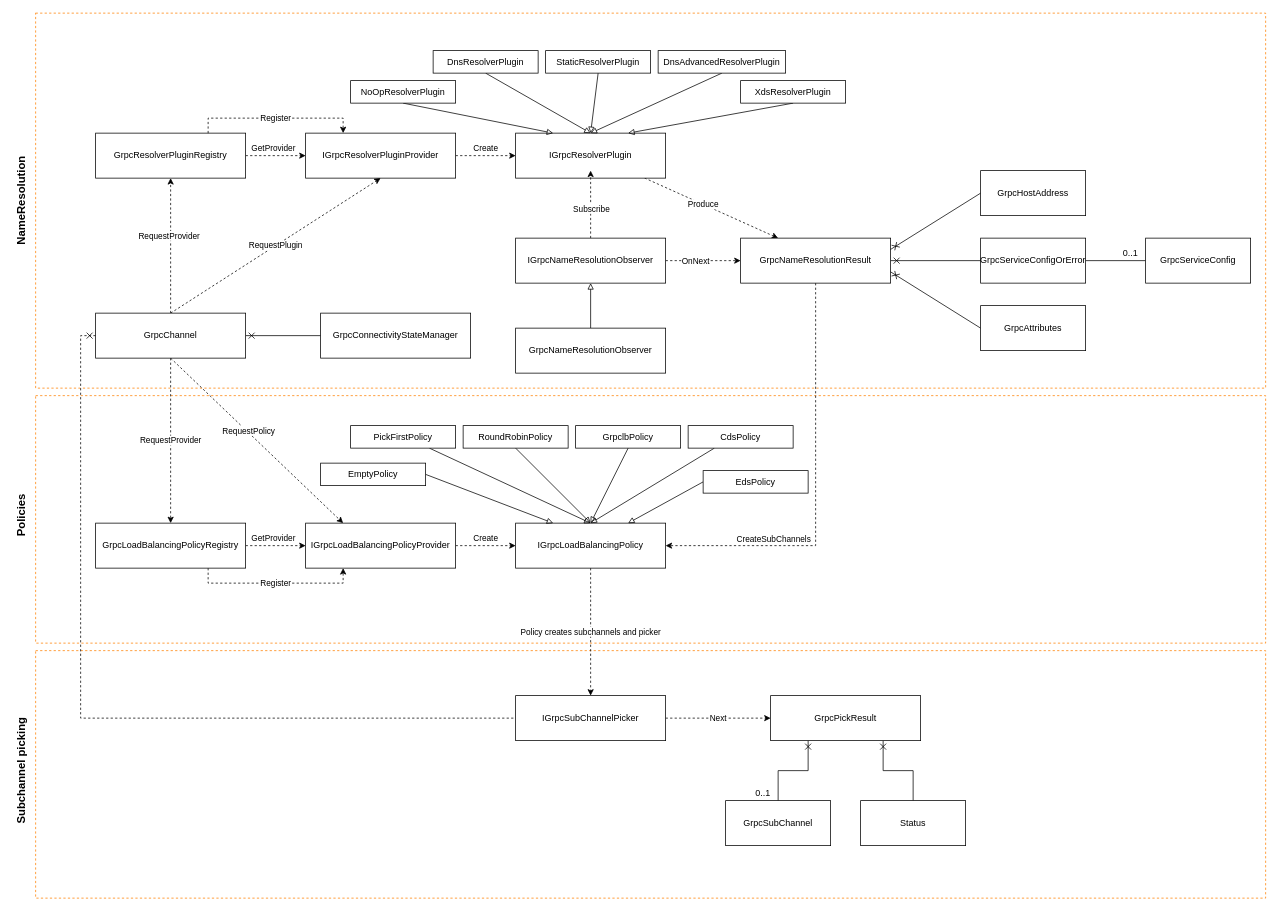
This is src/Grpc.Net.Client/LoadBalancing/Docs/GrpcDotNetLoadBalancing.drawio from wicharypawel/grpc-dotnet, a draw.io file, before an edit. Source tidied: cells renumbered, new cells numbered last; positions are measured from the earlier drawing's top-left corner, leaving out a move shared by most shapes. Both pictures are drawn from the tidied source at 75%, with x=0, y=0 at pixel (-47, 13).
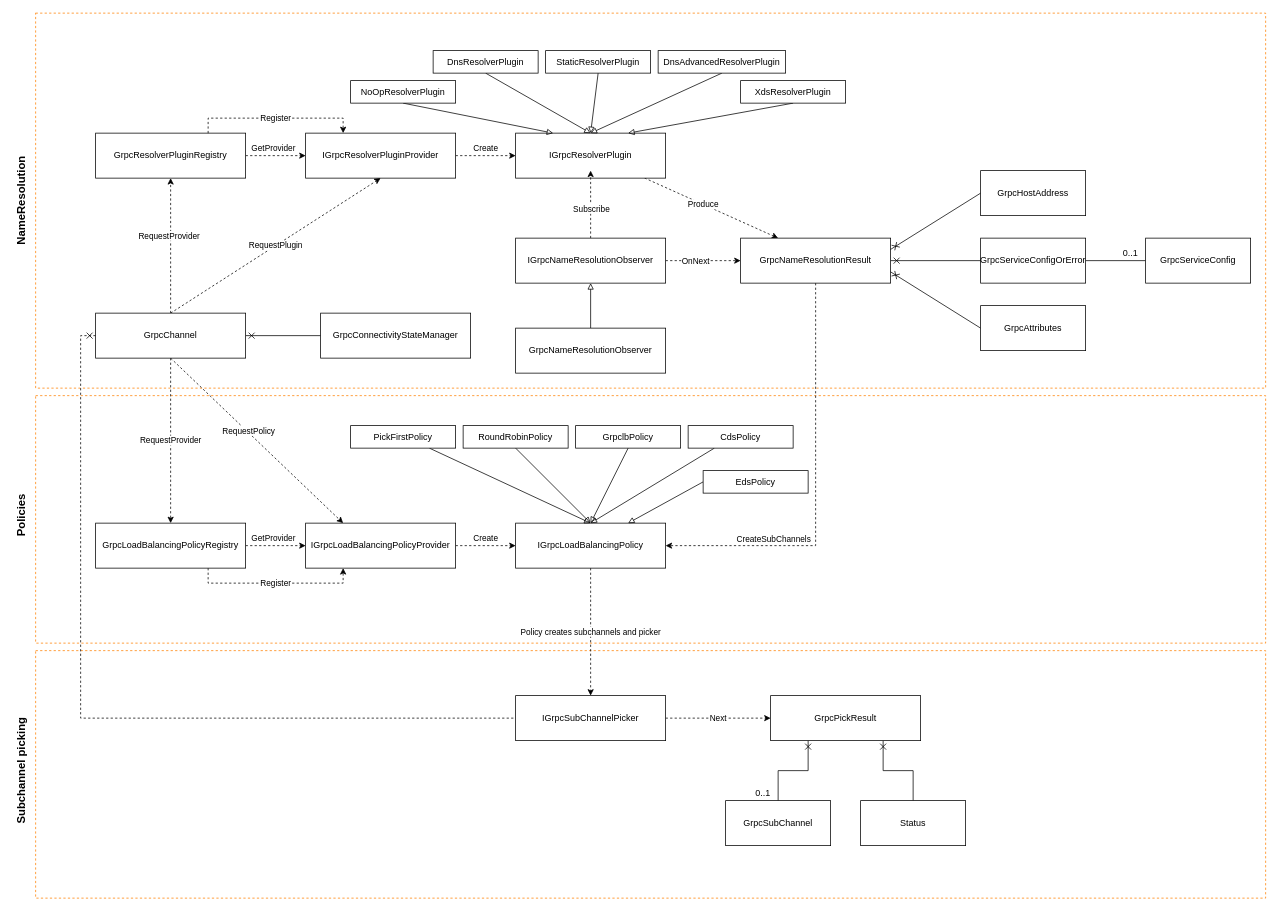
The same page after the edit.

The change refers to these unchanged cells:
```xml
<mxCell id="23" value="IGrpcLoadBalancingPolicy" style="rounded=0;whiteSpace=wrap;html=1;" parent="5" vertex="1">
  <mxGeometry x="750" y="680" width="200" height="60" as="geometry" />
</mxCell>
```

What changed in the source:
```diff
@@
-    <mxCell id="65" style="edgeStyle=none;rounded=0;jettySize=auto;html=1;exitX=1;exitY=0.5;exitDx=0;exitDy=0;entryX=0.25;entryY=0;entryDx=0;entryDy=0;startArrow=none;startFill=0;endArrow=block;endFill=0;" parent="5" edge="1" source="66" target="23">
-      <mxGeometry relative="1" as="geometry" />
-    </mxCell>
-    <mxCell id="66" value="EmptyPolicy" style="rounded=0;whiteSpace=wrap;html=1;" parent="5" vertex="1">
-      <mxGeometry x="490" y="600" width="140" height="30" as="geometry" />
-    </mxCell>
```
